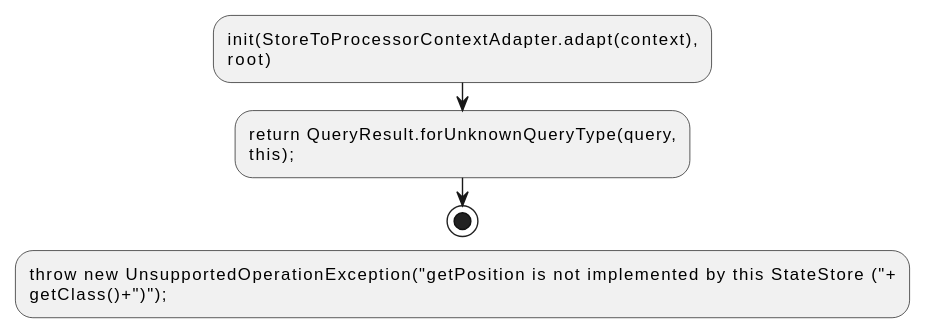
The PlantUML diagram docs/qc/streams/src/main/java/org/apache/kafka/streams/processor/StateStore.java.fct.svg in qualitesys/kafka, before a commit.
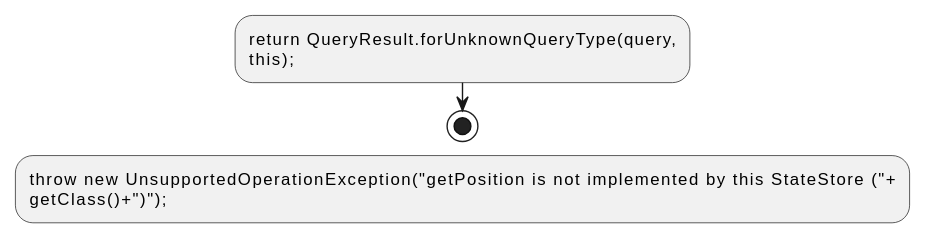
The same diagram one commit later.

Diff of the diagram source:
```diff
@@ -1,7 +1,5 @@
 @startuml
 !pragma layout smetana
-:init(StoreToProcessorContextAdapter.adapt(context),
-root);
 :return QueryResult.forUnknownQueryType(query,
 this);;
 stop
```
